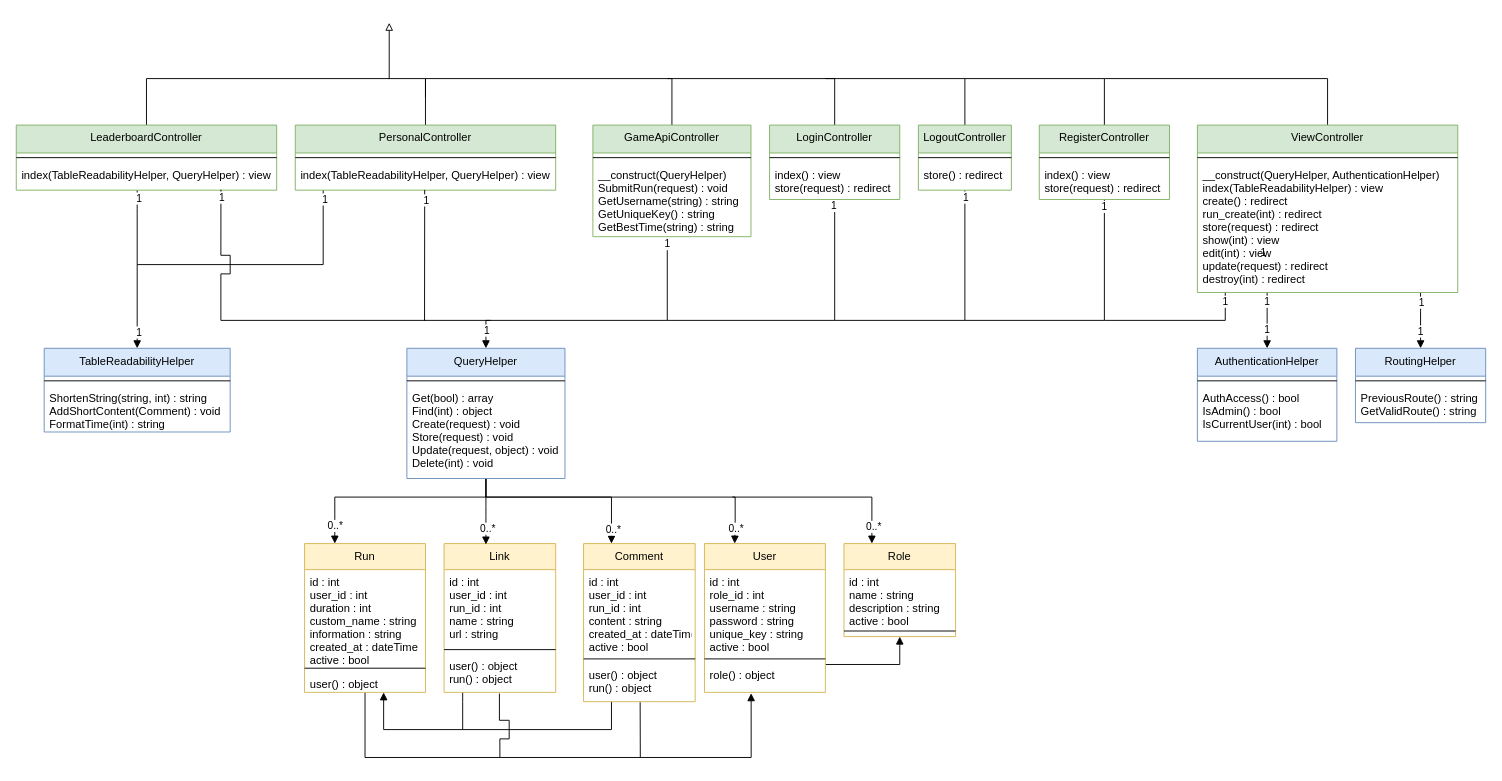
Thomas-Molen/S2CMKThomasvanderMolen keeps this draw.io diagram as Sprint 5/Diagrams/PlatformSpeedRunnerWebClassDiagram.drawio. Above is the earlier version. Source tidied: cells renumbered, new cells numbered last; positions are measured from the earlier drawing's top-left corner, leaving out a move shared by most shapes. Both pictures are drawn from the tidied source at 93%, with x=0, y=0 at pixel (16, 22).
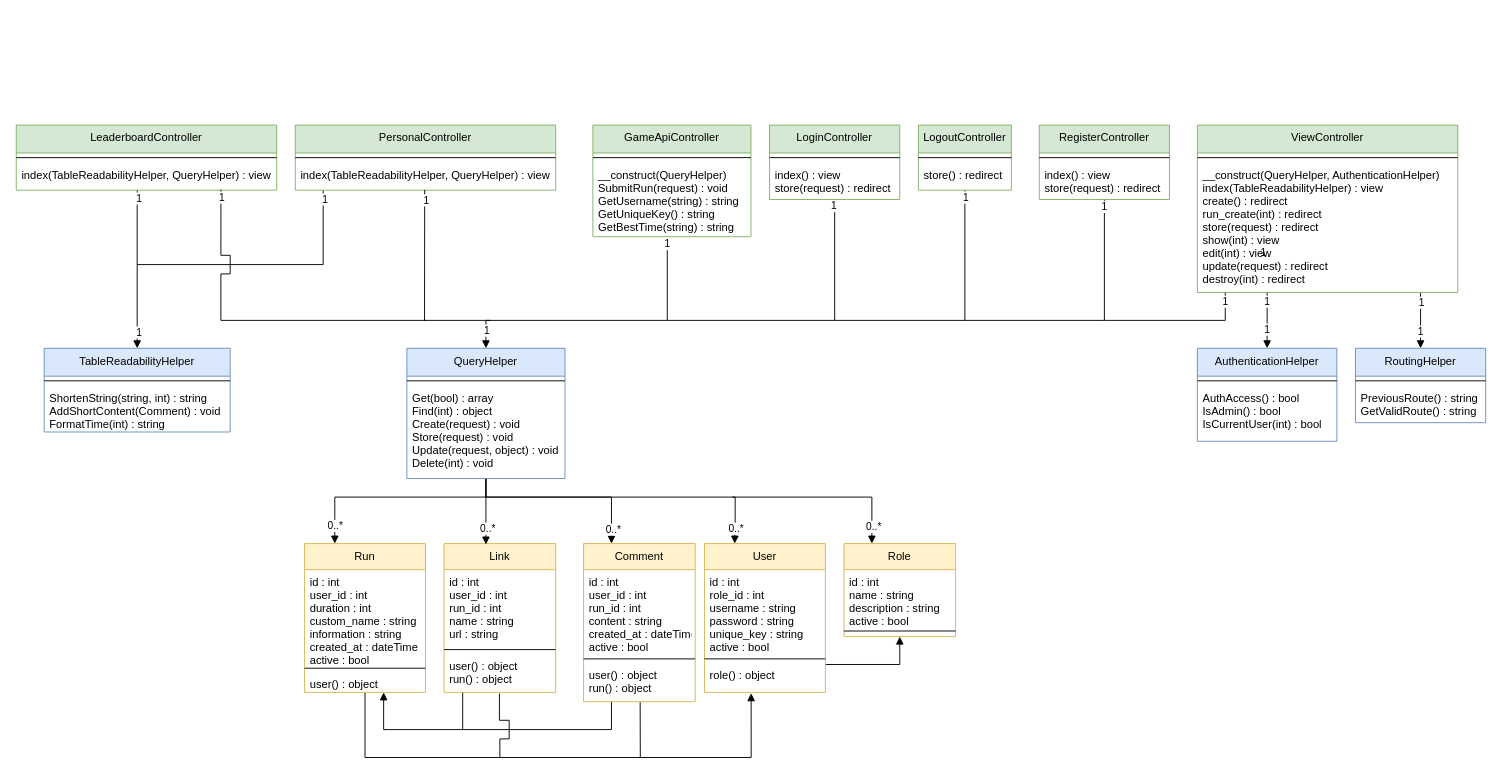
After the change.

The change refers to these unchanged cells:
```xml
<mxCell id="5" value="LeaderboardController" style="swimlane;fontStyle=0;align=center;verticalAlign=top;horizontal=1;startSize=30;rounded=0;shadow=0;strokeWidth=1;fillColor=#d5e8d4;strokeColor=#82b366;" parent="1" vertex="1">
  <mxGeometry y="110" width="280" height="70" as="geometry" />
</mxCell>
<mxCell id="42" value="ViewController" style="swimlane;fontStyle=0;align=center;verticalAlign=top;horizontal=1;startSize=30;rounded=0;shadow=0;strokeWidth=1;fillColor=#d5e8d4;strokeColor=#82b366;" parent="1" vertex="1">
  <mxGeometry x="1270" y="110" width="280" height="180" as="geometry" />
</mxCell>
<mxCell id="45" value="GameApiController" style="swimlane;fontStyle=0;align=center;verticalAlign=top;horizontal=1;startSize=30;rounded=0;shadow=0;strokeWidth=1;fillColor=#d5e8d4;strokeColor=#82b366;" parent="1" vertex="1">
  <mxGeometry x="620" y="110" width="170" height="120" as="geometry" />
</mxCell>
<mxCell id="52" value="PersonalController" style="swimlane;fontStyle=0;align=center;verticalAlign=top;horizontal=1;startSize=30;rounded=0;shadow=0;strokeWidth=1;fillColor=#d5e8d4;strokeColor=#82b366;" parent="1" vertex="1">
  <mxGeometry x="300" y="110" width="280" height="70" as="geometry" />
</mxCell>
<mxCell id="58" value="LoginController" style="swimlane;fontStyle=0;align=center;verticalAlign=top;horizontal=1;startSize=30;rounded=0;shadow=0;strokeWidth=1;fillColor=#d5e8d4;strokeColor=#82b366;" parent="1" vertex="1">
  <mxGeometry x="810" y="110" width="140" height="80" as="geometry" />
</mxCell>
<mxCell id="64" value="LogoutController" style="swimlane;fontStyle=0;align=center;verticalAlign=top;horizontal=1;startSize=30;rounded=0;shadow=0;strokeWidth=1;fillColor=#d5e8d4;strokeColor=#82b366;" parent="1" vertex="1">
  <mxGeometry x="970" y="110" width="100" height="70" as="geometry" />
</mxCell>
<mxCell id="70" value="RegisterController" style="swimlane;fontStyle=0;align=center;verticalAlign=top;horizontal=1;startSize=30;rounded=0;shadow=0;strokeWidth=1;fillColor=#d5e8d4;strokeColor=#82b366;" parent="1" vertex="1">
  <mxGeometry x="1100" y="110" width="140" height="80" as="geometry" />
</mxCell>
```

Diff of the diagram source:
```diff
@@
-    <mxCell id="2" style="edgeStyle=orthogonalEdgeStyle;rounded=0;jettySize=auto;html=1;endArrow=block;endFill=0;exitX=0.5;exitY=0;exitDx=0;exitDy=0;" parent="1" edge="1" source="5">
-      <mxGeometry relative="1" as="geometry">
-        <mxPoint x="401" as="targetPoint" />
-        <Array as="points">
-          <mxPoint x="140" y="60" />
-          <mxPoint x="401" y="60" />
-        </Array>
-      </mxGeometry>
-    </mxCell>
@@
-    <mxCell id="38" style="edgeStyle=orthogonalEdgeStyle;rounded=0;jettySize=auto;html=1;endArrow=none;endFill=0;exitX=0.5;exitY=0;exitDx=0;exitDy=0;" parent="1" edge="1" source="45">
-      <mxGeometry relative="1" as="geometry">
-        <mxPoint x="440" y="80" as="targetPoint" />
-        <Array as="points">
-          <mxPoint x="705" y="60" />
-          <mxPoint x="440" y="60" />
-        </Array>
-      </mxGeometry>
-    </mxCell>
-    <mxCell id="39" style="edgeStyle=orthogonalEdgeStyle;rounded=0;jettySize=auto;html=1;endArrow=none;endFill=0;" parent="1" edge="1" source="42">
-      <mxGeometry relative="1" as="geometry">
-        <mxPoint x="1170" y="60" as="targetPoint" />
-        <Array as="points">
-          <mxPoint x="1410" y="60" />
-        </Array>
-      </mxGeometry>
-    </mxCell>
@@
-    <mxCell id="51" style="edgeStyle=orthogonalEdgeStyle;rounded=0;jettySize=auto;html=1;endArrow=none;endFill=0;" parent="1" edge="1" source="52">
-      <mxGeometry relative="1" as="geometry">
-        <mxPoint x="400" y="60" as="targetPoint" />
-        <Array as="points">
-          <mxPoint x="440" y="60" />
-        </Array>
-      </mxGeometry>
-    </mxCell>
@@
-    <mxCell id="55" style="edgeStyle=orthogonalEdgeStyle;rounded=0;jettySize=auto;html=1;endArrow=none;endFill=0;" parent="1" edge="1" source="58">
-      <mxGeometry relative="1" as="geometry">
-        <mxPoint x="700" y="60" as="targetPoint" />
-        <Array as="points">
-          <mxPoint x="880" y="60" />
-        </Array>
-      </mxGeometry>
-    </mxCell>
@@
-    <mxCell id="61" style="edgeStyle=orthogonalEdgeStyle;rounded=0;jettySize=auto;html=1;endArrow=none;endFill=0;" parent="1" edge="1" source="64">
-      <mxGeometry relative="1" as="geometry">
-        <mxPoint x="870" y="60" as="targetPoint" />
-        <Array as="points">
-          <mxPoint x="1020" y="60" />
-        </Array>
-      </mxGeometry>
-    </mxCell>
@@
-    <mxCell id="67" style="edgeStyle=orthogonalEdgeStyle;rounded=0;jettySize=auto;html=1;endArrow=none;endFill=0;" parent="1" edge="1" source="70">
-      <mxGeometry relative="1" as="geometry">
-        <mxPoint x="1020" y="60" as="targetPoint" />
-        <Array as="points">
-          <mxPoint x="1170" y="60" />
-        </Array>
-      </mxGeometry>
-    </mxCell>
```
